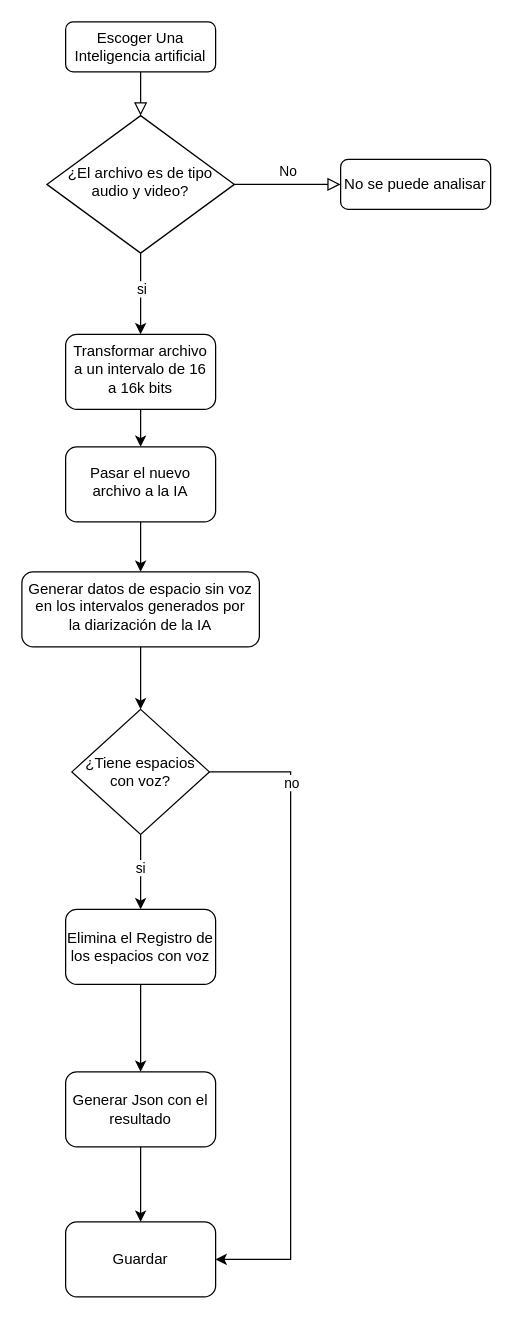
This is Diagrama de flujo.drawio from artherx/diarizaci-n-inverza, a draw.io file, before an edit. Source tidied: cells renumbered, new cells numbered last; positions are measured from the earlier drawing's top-left corner, leaving out a move shared by most shapes. Both pictures are drawn from the tidied source at 125%, with x=0, y=0 at pixel (21, 21).
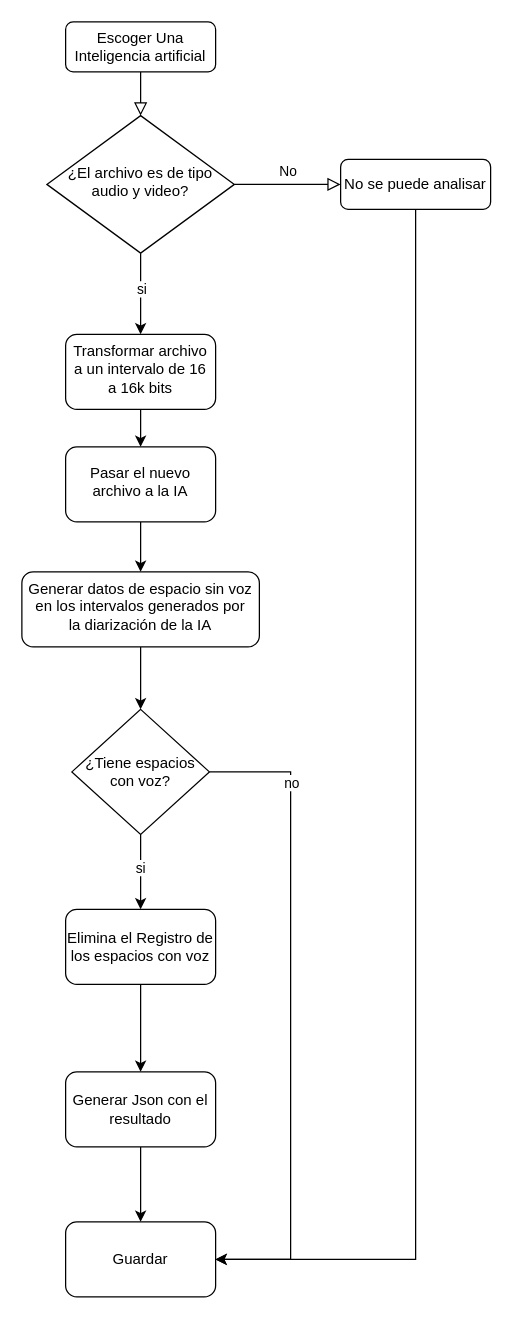
The same page after the edit.

The change refers to these unchanged cells:
```xml
<mxCell id="8" value="No se puede analisar" style="rounded=1;whiteSpace=wrap;html=1;fontSize=12;glass=0;strokeWidth=1;shadow=0;" parent="1" vertex="1">
  <mxGeometry x="255" y="110" width="120" height="40" as="geometry" />
</mxCell>
<mxCell id="24" value="Guardar" style="whiteSpace=wrap;html=1;rounded=1;" parent="1" vertex="1">
  <mxGeometry x="35" y="960" width="120" height="60" as="geometry" />
</mxCell>
```

Diff of the diagram source:
```diff
@@
+    <mxCell id="25" style="edgeStyle=orthogonalEdgeStyle;rounded=0;jettySize=auto;html=1;entryX=1;entryY=0.5;entryDx=0;entryDy=0;exitX=0.5;exitY=1;exitDx=0;exitDy=0;" parent="1" edge="1" source="8" target="24">
+      <mxGeometry relative="1" as="geometry">
+        <Array as="points">
+          <mxPoint x="315" y="990" />
+        </Array>
+      </mxGeometry>
+    </mxCell>
```
